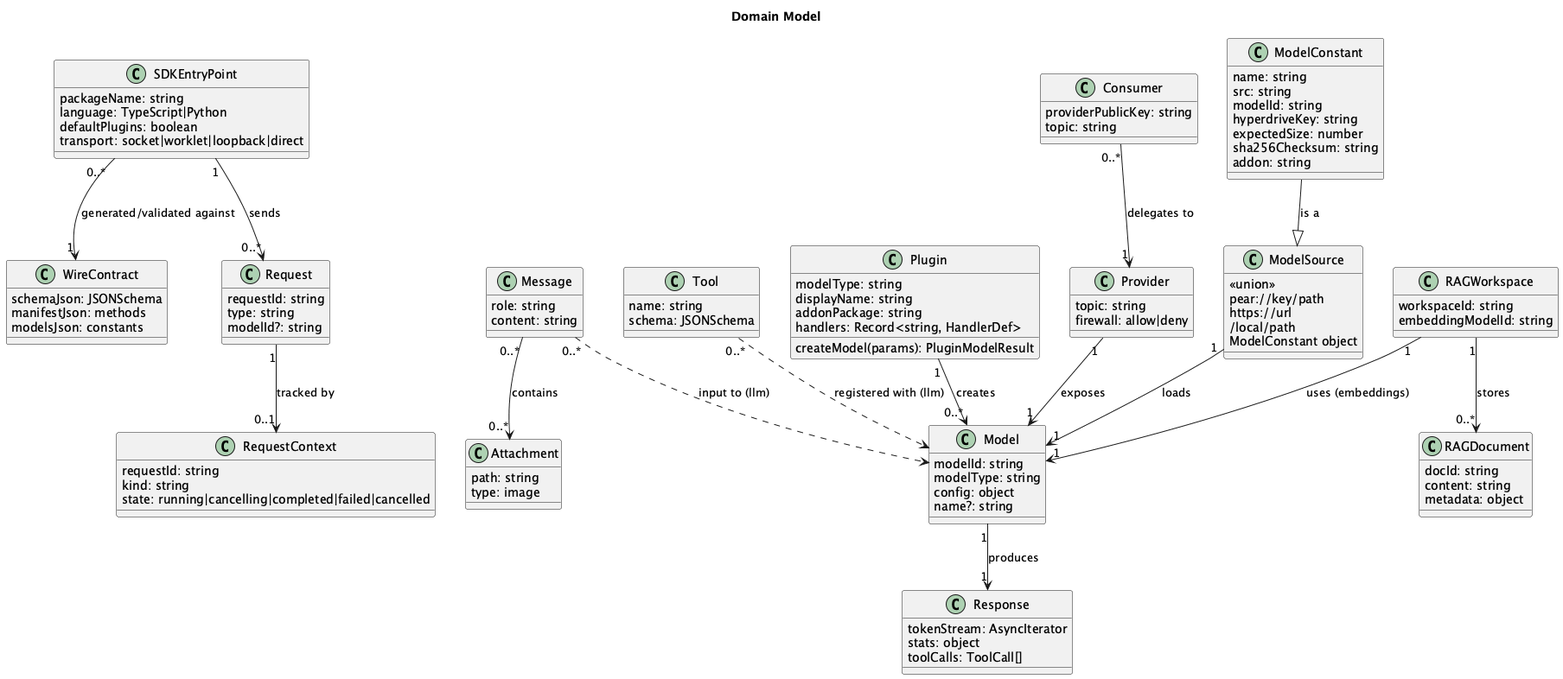
tetherto/qvac keeps this PlantUML diagram as docs/architecture/puml/images/06-domain-model.png. Above is the earlier version.
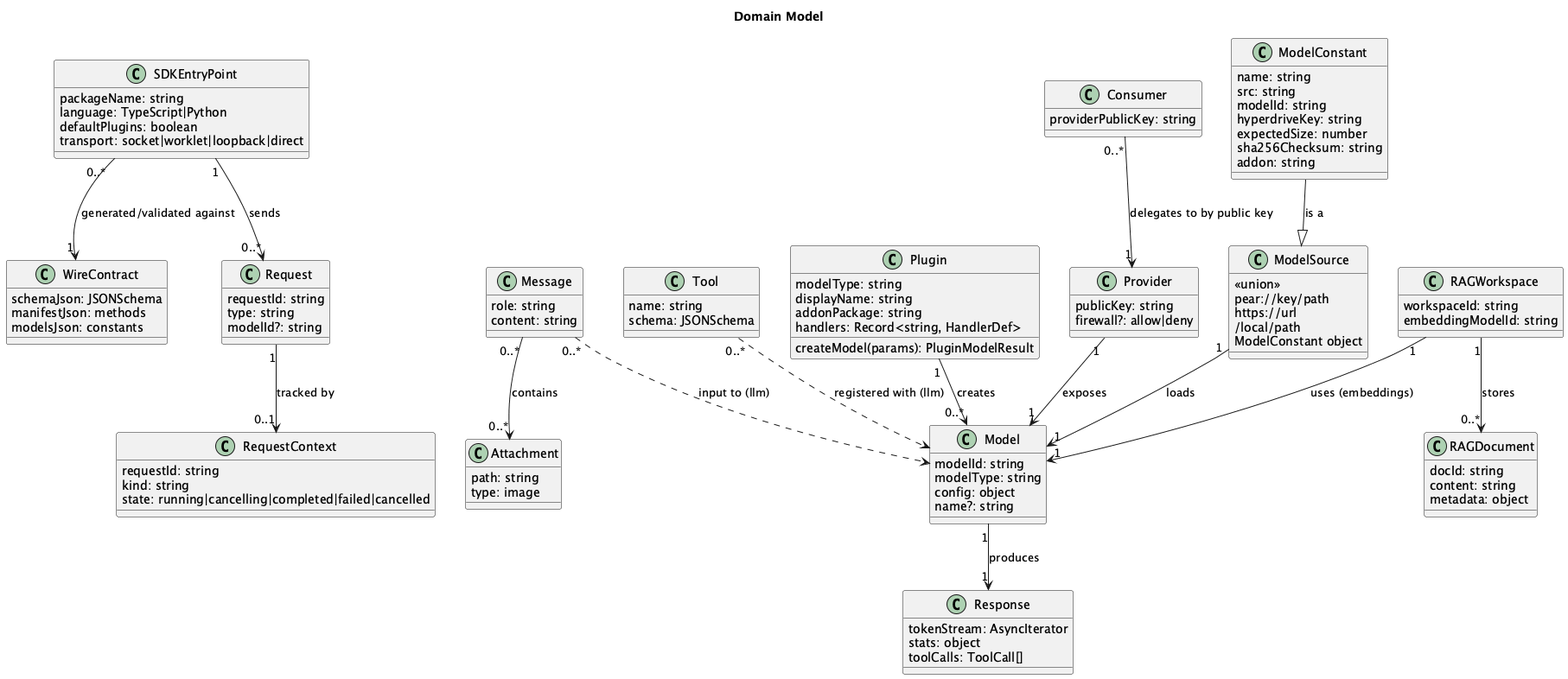
Later version of the same file.

Commit message:
doc[notask]: address sdk architecture review feedback

The edit, as a diff of the source:
```diff
@@ -94,13 +94,12 @@
 }
 
 class Provider {
-    topic: string
-    firewall: allow|deny
+    publicKey: string
+    firewall?: allow|deny
 }
 
 class Consumer {
     providerPublicKey: string
-    topic: string
 }
 
 SDKEntryPoint "0..*" --> "1" WireContract : generated/validated against
@@ -119,6 +118,6 @@
 RAGWorkspace "1" --> "0..*" RAGDocument : stores
 
 Provider "1" --> "1" Model : exposes
-Consumer "0..*" --> "1" Provider : delegates to
+Consumer "0..*" --> "1" Provider : delegates to by public key
 
 @enduml
```
